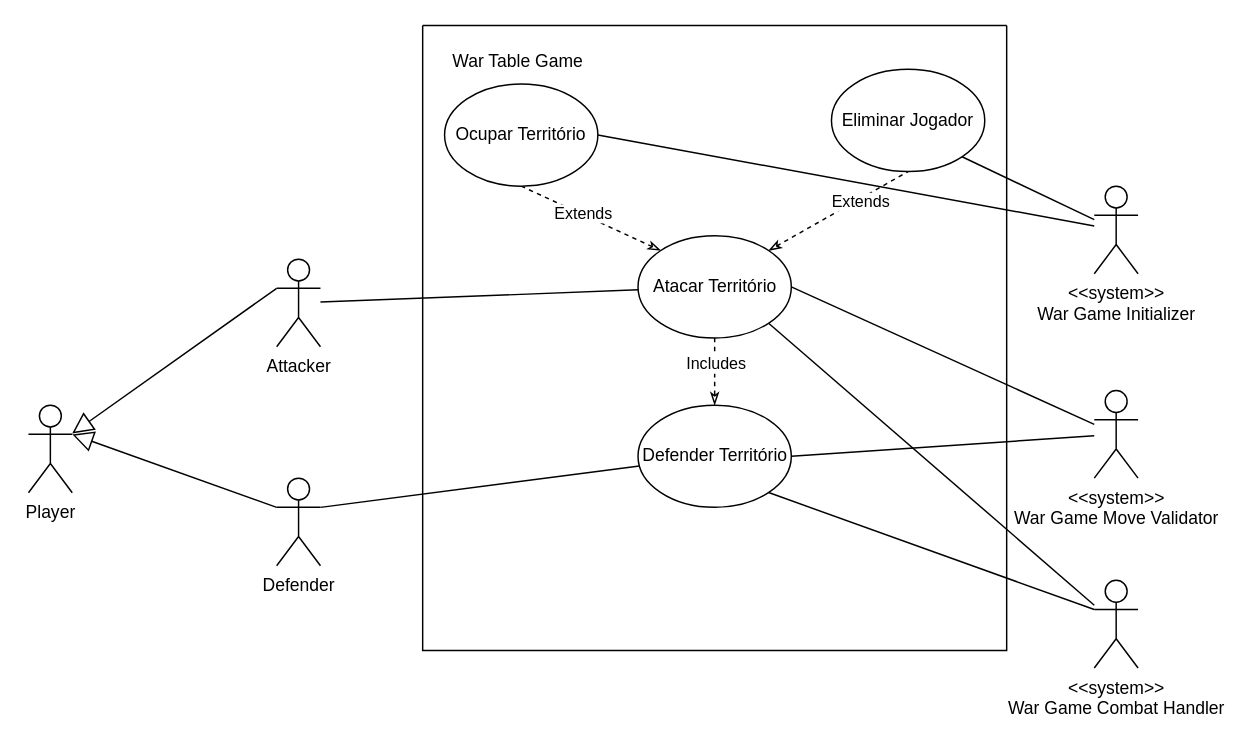
Before: use_case_digram_territory_confront.drawio in Gil32610/use-case-digram-territory-confront, a draw.io diagram. Source tidied: cells renumbered, new cells numbered last; positions are measured from the earlier drawing's top-left corner, leaving out a move shared by most shapes. Both pictures are drawn from the tidied source at 146%, with x=0, y=0 at pixel (28, 25).
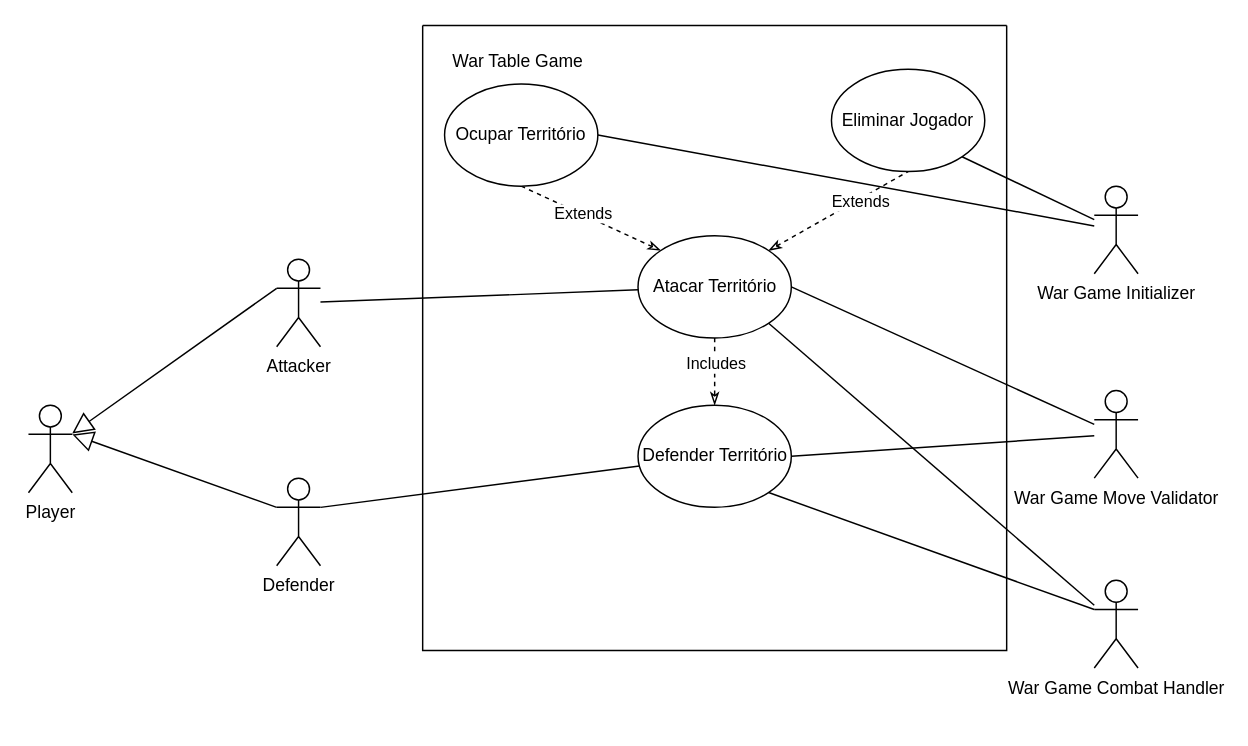
The same diagram, later.

Commit message:
actors on use case updated

Change to the diagram source:
```diff
@@
-    <mxCell id="7" value="&lt;div&gt;&amp;lt;&amp;lt;system&amp;gt;&amp;gt;&lt;br&gt;&lt;/div&gt;&lt;div&gt;War Game Move Validator&lt;/div&gt;" style="shape=umlActor;verticalLabelPosition=bottom;verticalAlign=top;html=1;outlineConnect=0;" parent="1" vertex="1">
+    <mxCell id="7" value="&lt;div&gt;War Game Move Validator&lt;/div&gt;" style="shape=umlActor;verticalLabelPosition=bottom;verticalAlign=top;html=1;outlineConnect=0;" parent="1" vertex="1">
       <mxGeometry x="730" y="250" width="30" height="60" as="geometry" />
     </mxCell>
@@
-    <mxCell id="26" value="&lt;div&gt;&amp;lt;&amp;lt;system&amp;gt;&amp;gt;&lt;br&gt;&lt;/div&gt;&lt;div&gt;War Game Initializer&lt;/div&gt;" style="shape=umlActor;verticalLabelPosition=bottom;verticalAlign=top;html=1;outlineConnect=0;" parent="1" vertex="1">
+    <mxCell id="26" value="War Game Initializer" style="shape=umlActor;verticalLabelPosition=bottom;verticalAlign=top;html=1;outlineConnect=0;" parent="1" vertex="1">
       <mxGeometry x="730" y="110" width="30" height="60" as="geometry" />
     </mxCell>
@@
-    <mxCell id="29" value="&lt;div&gt;&amp;lt;&amp;lt;system&amp;gt;&amp;gt;&lt;br&gt;&lt;/div&gt;&lt;div&gt;War Game Combat Handler&lt;br&gt;&lt;/div&gt;" style="shape=umlActor;verticalLabelPosition=bottom;verticalAlign=top;html=1;outlineConnect=0;" parent="1" vertex="1">
+    <mxCell id="29" value="War Game Combat Handler" style="shape=umlActor;verticalLabelPosition=bottom;verticalAlign=top;html=1;outlineConnect=0;" parent="1" vertex="1">
       <mxGeometry x="730" y="380" width="30" height="60" as="geometry" />
     </mxCell>
```
